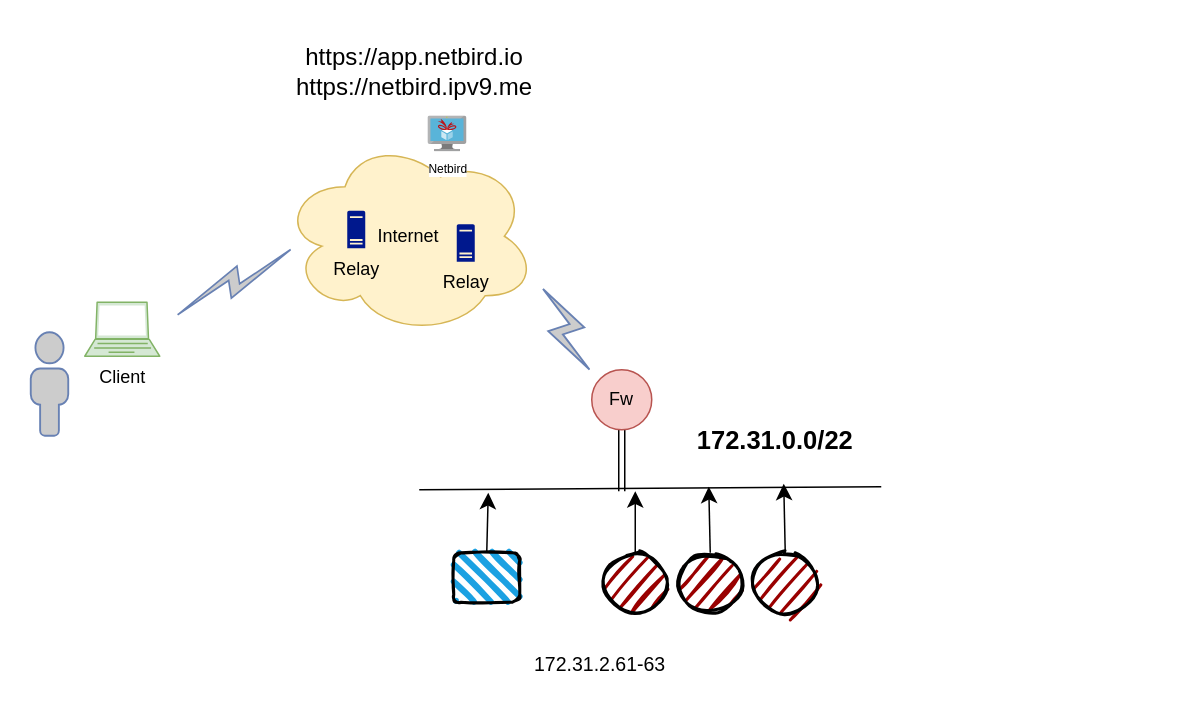
Before: netbird01.drawio in itrmutt/Note_for_20220507, a draw.io diagram. Source tidied: cells renumbered, new cells numbered last; positions are measured from the earlier drawing's top-left corner, leaving out a move shared by most shapes. Both pictures are drawn from the tidied source at 150%, with x=0, y=0 at pixel (30, 34).
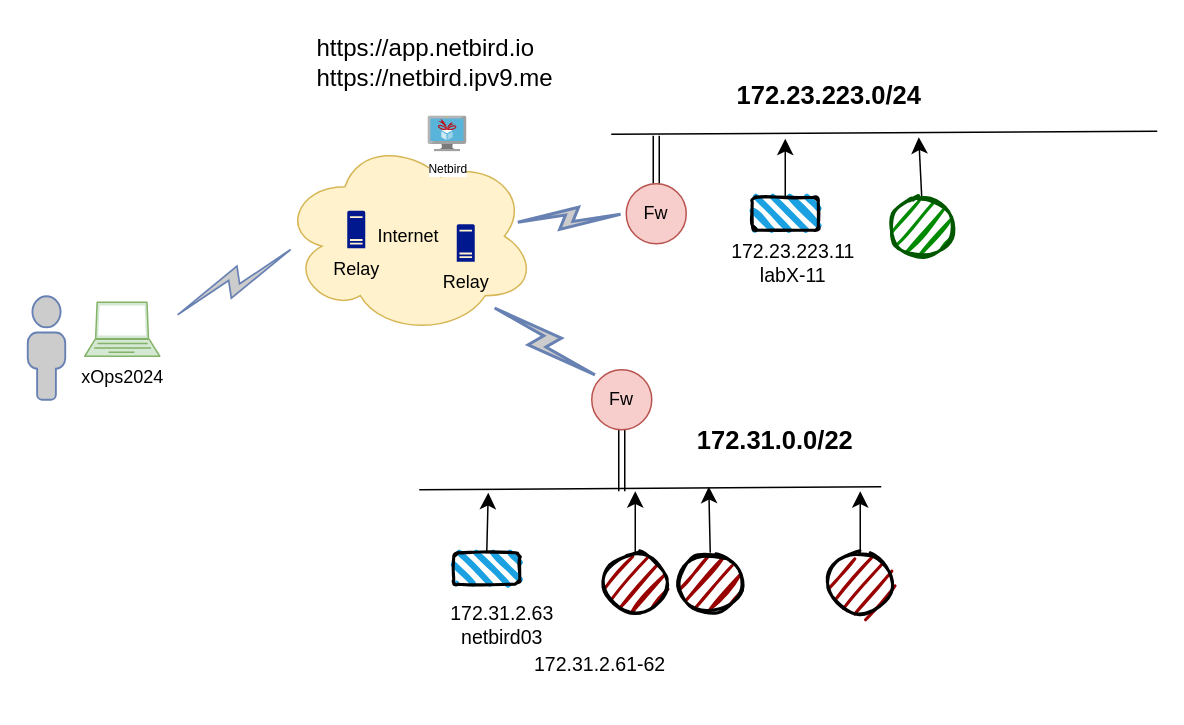
Above is the later version.

Unchanged cells that the change refers to:
```xml
<mxCell id="2" value="Internet" style="ellipse;shape=cloud;whiteSpace=wrap;html=1;fillColor=#fff2cc;strokeColor=#d6b656;" parent="1" vertex="1">
  <mxGeometry x="167" y="68" width="170" height="132" as="geometry" />
</mxCell>
<mxCell id="4" value="Fw" style="ellipse;whiteSpace=wrap;html=1;fillColor=#f8cecc;strokeColor=#b85450;" parent="1" vertex="1">
  <mxGeometry x="374" y="223" width="40" height="40" as="geometry" />
</mxCell>
```

The edit, as a diff of the source:
```diff
@@
     <mxCell id="7" style="rounded=1;whiteSpace=wrap;html=1;strokeWidth=2;fillWeight=4;hachureGap=8;hachureAngle=45;fillColor=#1ba1e2;sketch=1;" parent="1" vertex="1">
-      <mxGeometry x="282" y="345" width="44" height="33" as="geometry" />
+      <mxGeometry x="282" y="345" width="44" height="21" as="geometry" />
     </mxCell>
@@
-    <mxCell id="12" style="fontColor=#0066CC;verticalAlign=top;verticalLabelPosition=bottom;labelPosition=center;align=center;html=1;fillColor=#CCCCCC;strokeColor=#6881B3;gradientColor=none;gradientDirection=north;strokeWidth=2;shape=mxgraph.networks.comm_link;rotation=-30;" parent="1" vertex="1">
-      <mxGeometry x="346" y="165" width="22" height="62" as="geometry" />
-    </mxCell>
@@
-    <mxCell id="15" value="Client" style="verticalAlign=top;verticalLabelPosition=bottom;labelPosition=center;align=center;html=1;fillColor=#d5e8d4;strokeColor=#82b366;gradientDirection=north;strokeWidth=2;shape=mxgraph.networks.laptop;" parent="1" vertex="1">
+    <mxCell id="15" value="xOps2024" style="verticalAlign=top;verticalLabelPosition=bottom;labelPosition=center;align=center;html=1;fillColor=#d5e8d4;strokeColor=#82b366;gradientDirection=north;strokeWidth=2;shape=mxgraph.networks.laptop;" parent="1" vertex="1">
       <mxGeometry x="36" y="178" width="50" height="36" as="geometry" />
     </mxCell>
     <mxCell id="16" style="fontColor=#0066CC;verticalAlign=top;verticalLabelPosition=bottom;labelPosition=center;align=center;html=1;fillColor=#CCCCCC;strokeColor=#6881B3;gradientColor=none;gradientDirection=north;strokeWidth=2;shape=mxgraph.networks.user_male;" parent="1" vertex="1">
-      <mxGeometry y="198" width="25" height="69" as="geometry" />
+      <mxGeometry x="-2" y="174" width="25" height="69" as="geometry" />
     </mxCell>
@@
-    <mxCell id="18" value="&lt;span style=&quot;caret-color: rgb(0, 0, 0); color: rgb(0, 0, 0); font-family: helvetica, arial, verdana, sans-serif; font-size: 13px; font-style: normal; font-variant-caps: normal; font-weight: 300; letter-spacing: normal; orphans: auto; text-align: right; text-indent: 0px; text-transform: none; white-space: normal; widows: auto; word-spacing: 0px; -webkit-text-stroke-width: 0px; background-color: rgb(255, 255, 255); text-decoration: none; display: inline !important; float: none;&quot;&gt;172.31.2.61-63&lt;/span&gt;" style="text;whiteSpace=wrap;html=1;" parent="1" vertex="1">
+    <mxCell id="18" value="&lt;span style=&quot;caret-color: rgb(0, 0, 0); color: rgb(0, 0, 0); font-family: helvetica, arial, verdana, sans-serif; font-size: 13px; font-style: normal; font-variant-caps: normal; font-weight: 300; letter-spacing: normal; orphans: auto; text-align: right; text-indent: 0px; text-transform: none; white-space: normal; widows: auto; word-spacing: 0px; -webkit-text-stroke-width: 0px; background-color: rgb(255, 255, 255); text-decoration: none; display: inline !important; float: none;&quot;&gt;172.31.2.61-62&lt;/span&gt;" style="text;whiteSpace=wrap;html=1;" parent="1" vertex="1">
       <mxGeometry x="334" y="405" width="97" height="38" as="geometry" />
     </mxCell>
     <mxCell id="19" style="ellipse;whiteSpace=wrap;html=1;strokeWidth=2;fillWeight=2;hachureGap=8;fillColor=#990000;fillStyle=dots;sketch=1;" parent="1" vertex="1">
-      <mxGeometry x="481" y="345" width="44" height="40" as="geometry" />
+      <mxGeometry x="531" y="345" width="44" height="40" as="geometry" />
     </mxCell>
     <mxCell id="20" style="edgeStyle=none;curved=1;rounded=0;jettySize=auto;html=1;exitX=0.5;exitY=0;exitDx=0;exitDy=0;fontSize=12;startSize=8;endSize=8;" parent="1" edge="1" source="19">
       <mxGeometry relative="1" as="geometry">
-        <mxPoint x="502" y="299" as="targetPoint" />
+        <mxPoint x="553" y="304" as="targetPoint" />
       </mxGeometry>
     </mxCell>
-    <mxCell id="21" value="https://app.netbird.io&lt;div&gt;https://netbird.ipv9.me&lt;/div&gt;" style="text;html=1;align=center;verticalAlign=middle;whiteSpace=wrap;rounded=0;fontSize=16;" parent="1" vertex="1">
-      <mxGeometry x="132" width="248" height="48" as="geometry" />
+    <mxCell id="21" value="https://app.netbird.io&lt;div&gt;https://netbird.ipv9.me&lt;/div&gt;" style="text;html=1;align=left;verticalAlign=middle;whiteSpace=wrap;rounded=0;fontSize=16;" parent="1" vertex="1">
+      <mxGeometry x="189" y="-6" width="178" height="48" as="geometry" />
     </mxCell>
@@
+    <mxCell id="24" style="edgeStyle=none;curved=1;rounded=0;jettySize=auto;html=1;exitX=0.5;exitY=0;exitDx=0;exitDy=0;fontSize=12;shape=link;" parent="1" edge="1" source="25">
+      <mxGeometry relative="1" as="geometry">
+        <mxPoint x="417" y="67" as="targetPoint" />
+      </mxGeometry>
+    </mxCell>
+    <mxCell id="25" value="Fw" style="ellipse;whiteSpace=wrap;html=1;fillColor=#f8cecc;strokeColor=#b85450;" parent="1" vertex="1">
+      <mxGeometry x="397" y="99" width="40" height="40" as="geometry" />
+    </mxCell>
+    <mxCell id="26" style="endArrow=none;html=1;rounded=0;fontSize=12;startSize=8;endSize=8;curved=1;" parent="1" edge="1">
+      <mxGeometry relative="1" as="geometry">
+        <mxPoint x="387" y="66" as="sourcePoint" />
+        <mxPoint x="751" y="64" as="targetPoint" />
+      </mxGeometry>
+    </mxCell>
+    <mxCell id="27" style="edgeStyle=none;curved=1;rounded=0;jettySize=auto;html=1;exitX=0.5;exitY=0;exitDx=0;exitDy=0;fontSize=12;startSize=8;endSize=8;" parent="1" edge="1" source="28">
+      <mxGeometry relative="1" as="geometry">
+        <mxPoint x="503" y="69" as="targetPoint" />
+      </mxGeometry>
+    </mxCell>
+    <mxCell id="28" style="rounded=1;whiteSpace=wrap;html=1;strokeWidth=2;fillWeight=4;hachureGap=8;hachureAngle=45;fillColor=#1ba1e2;sketch=1;" parent="1" vertex="1">
+      <mxGeometry x="481" y="108" width="44" height="22" as="geometry" />
+    </mxCell>
+    <mxCell id="29" style="edgeStyle=none;curved=1;rounded=0;jettySize=auto;html=1;exitX=0.5;exitY=0;exitDx=0;exitDy=0;fontSize=12;startSize=8;endSize=8;" parent="1" edge="1" source="30">
+      <mxGeometry relative="1" as="geometry">
+        <mxPoint x="592" y="68" as="targetPoint" />
+      </mxGeometry>
+    </mxCell>
+    <mxCell id="30" style="ellipse;whiteSpace=wrap;html=1;strokeWidth=2;fillWeight=2;hachureGap=8;fillColor=#008a00;fillStyle=dots;sketch=1;strokeColor=#005700;fontColor=#ffffff;" parent="1" vertex="1">
+      <mxGeometry x="572" y="108" width="44" height="40" as="geometry" />
+    </mxCell>
+    <mxCell id="31" value="172.23.223.0/24" style="text;strokeColor=none;fillColor=none;html=1;fontSize=17;fontStyle=1;verticalAlign=middle;align=center;" parent="1" vertex="1">
+      <mxGeometry x="453" y="20" width="158" height="42" as="geometry" />
+    </mxCell>
+    <mxCell id="32" value="&lt;span style=&quot;caret-color: rgb(0, 0, 0); color: rgb(0, 0, 0); font-family: helvetica, arial, verdana, sans-serif; font-size: 13px; font-style: normal; font-variant-caps: normal; font-weight: 300; letter-spacing: normal; text-indent: 0px; text-transform: none; white-space: normal; word-spacing: 0px; -webkit-text-stroke-width: 0px; background-color: rgb(255, 255, 255); text-decoration: none; float: none; display: inline !important;&quot;&gt;172.23.223.11&lt;/span&gt;&lt;div style=&quot;&quot;&gt;&lt;font face=&quot;helvetica, arial, verdana, sans-serif&quot;&gt;&lt;span style=&quot;font-size: 13px;&quot;&gt;labX-11&lt;/span&gt;&lt;/font&gt;&lt;/div&gt;" style="text;whiteSpace=wrap;html=1;align=center;" parent="1" vertex="1">
+      <mxGeometry x="467" y="130" width="83" height="38" as="geometry" />
+    </mxCell>
+    <mxCell id="33" style="html=1;outlineConnect=0;fillColor=#CCCCCC;strokeColor=#6881B3;gradientColor=none;gradientDirection=north;strokeWidth=2;shape=mxgraph.networks.comm_link_edge;html=1;rounded=0;fontSize=12;startSize=8;endSize=8;curved=1;exitX=0.905;exitY=0.432;exitDx=0;exitDy=0;exitPerimeter=0;entryX=0;entryY=0.5;entryDx=0;entryDy=0;" parent="1" edge="1" source="2" target="25">
+      <mxGeometry relative="1" as="geometry" />
+    </mxCell>
+    <mxCell id="34" style="html=1;outlineConnect=0;fillColor=#CCCCCC;strokeColor=#6881B3;gradientColor=none;gradientDirection=north;strokeWidth=2;shape=mxgraph.networks.comm_link_edge;html=1;rounded=0;fontSize=12;startSize=8;endSize=8;curved=1;exitX=0.815;exitY=0.844;exitDx=0;exitDy=0;exitPerimeter=0;entryX=0;entryY=0;entryDx=0;entryDy=0;" parent="1" edge="1" source="2" target="4">
+      <mxGeometry relative="1" as="geometry" />
+    </mxCell>
+    <mxCell id="35" value="&lt;span style=&quot;caret-color: rgb(0, 0, 0); color: rgb(0, 0, 0); font-family: helvetica, arial, verdana, sans-serif; font-size: 13px; font-style: normal; font-variant-caps: normal; font-weight: 300; letter-spacing: normal; text-indent: 0px; text-transform: none; white-space: normal; word-spacing: 0px; -webkit-text-stroke-width: 0px; background-color: rgb(255, 255, 255); text-decoration: none; float: none; display: inline !important;&quot;&gt;172.31.2.63&lt;/span&gt;&lt;div style=&quot;&quot;&gt;&lt;font face=&quot;helvetica, arial, verdana, sans-serif&quot;&gt;&lt;span style=&quot;font-size: 13px;&quot;&gt;netbird03&lt;/span&gt;&lt;/font&gt;&lt;/div&gt;" style="text;whiteSpace=wrap;html=1;align=center;" parent="1" vertex="1">
+      <mxGeometry x="273" y="371" width="83" height="38" as="geometry" />
+    </mxCell>
```
